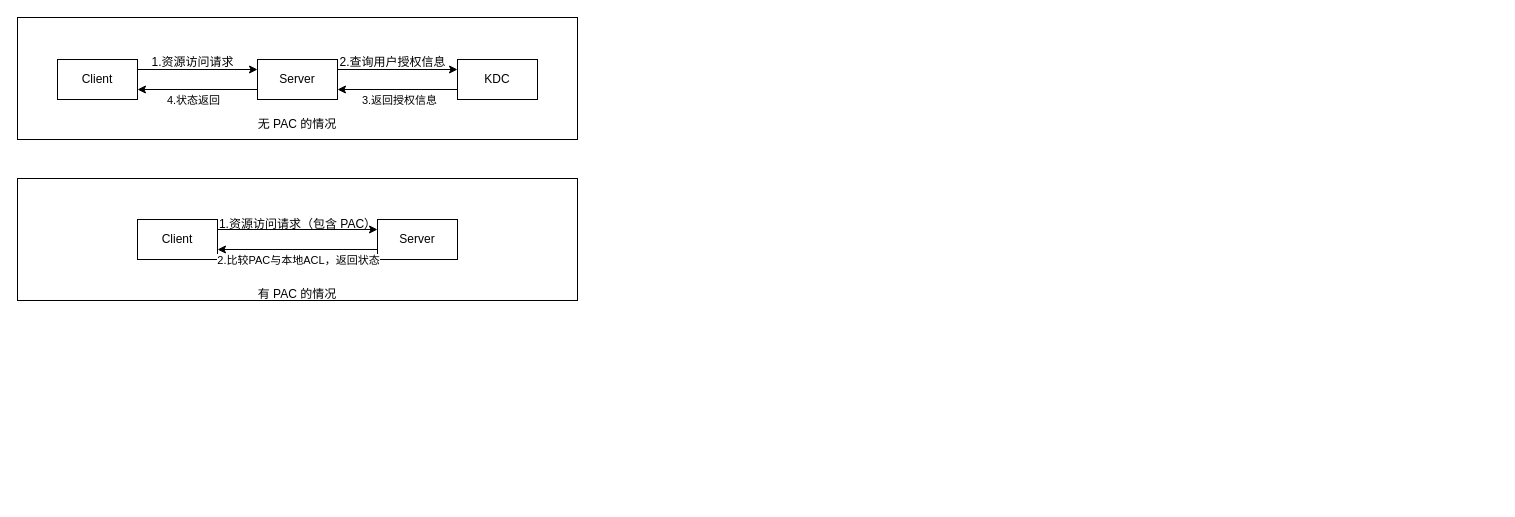
This is draw.io/Kerberos.drawio from fermionorz/image-hosting, a draw.io file, before an edit. Source tidied: cells renumbered, new cells numbered last; positions are measured from the earlier drawing's top-left corner, leaving out a move shared by most shapes. Both pictures are drawn from the tidied source at 100%, with x=0, y=0 at pixel (17, 17).
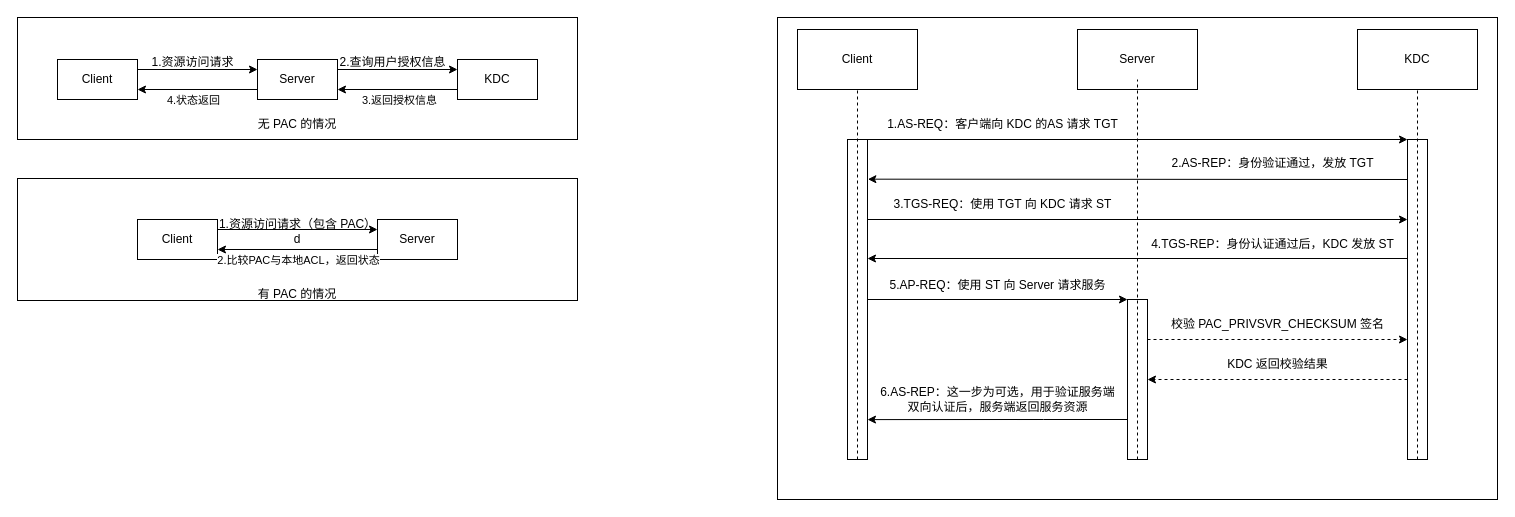
After the change.

The edit, as a diff of the source:
```diff
@@
+    <mxCell id="23" style="rounded=0;whiteSpace=wrap;html=1;" parent="1" vertex="1">
+      <mxGeometry x="760" width="720" height="482" as="geometry" />
+    </mxCell>
+    <mxCell id="24" style="rounded=0;whiteSpace=wrap;html=1;" parent="1" vertex="1">
+      <mxGeometry x="1390" y="122" width="20" height="320" as="geometry" />
+    </mxCell>
+    <mxCell id="25" style="endArrow=classic;html=1;rounded=0;entryX=1.2;entryY=0.778;entryDx=0;entryDy=0;entryPerimeter=0;" parent="1" edge="1">
+      <mxGeometry relative="1" as="geometry">
+        <mxPoint x="1111" y="402" as="sourcePoint" />
+        <mxPoint x="850" y="402.1" as="targetPoint" />
+        <Array as="points">
+          <mxPoint x="1026" y="402" />
+        </Array>
+      </mxGeometry>
+    </mxCell>
+    <mxCell id="26" style="rounded=0;whiteSpace=wrap;html=1;" parent="1" vertex="1">
+      <mxGeometry x="1110" y="282" width="20" height="160" as="geometry" />
+    </mxCell>
+    <mxCell id="27" style="rounded=0;whiteSpace=wrap;html=1;" parent="1" vertex="1">
+      <mxGeometry x="830" y="122" width="20" height="320" as="geometry" />
+    </mxCell>
-    <mxCell id="2" style="rounded=0;whiteSpace=wrap;html=1;" parent="1" vertex="1">
+    <mxCell id="2" value="d" style="rounded=0;whiteSpace=wrap;html=1;" parent="1" vertex="1">
       <mxGeometry y="161" width="560" height="122" as="geometry" />
     </mxCell>
@@
+    <mxCell id="28" value="Client" style="rounded=0;whiteSpace=wrap;html=1;" parent="1" vertex="1">
+      <mxGeometry x="780" y="12" width="120" height="60" as="geometry" />
+    </mxCell>
+    <mxCell id="29" value="KDC" style="rounded=0;whiteSpace=wrap;html=1;" parent="1" vertex="1">
+      <mxGeometry x="1340" y="12" width="120" height="60" as="geometry" />
+    </mxCell>
+    <mxCell id="30" value="Server" style="rounded=0;whiteSpace=wrap;html=1;" parent="1" vertex="1">
+      <mxGeometry x="1060" y="12" width="120" height="60" as="geometry" />
+    </mxCell>
+    <mxCell id="31" style="endArrow=none;dashed=1;html=1;rounded=0;entryX=0.5;entryY=1;entryDx=0;entryDy=0;" parent="1" edge="1" target="28">
+      <mxGeometry relative="1" as="geometry">
+        <mxPoint x="840" y="72" as="sourcePoint" />
+      </mxGeometry>
+    </mxCell>
+    <mxCell id="32" style="endArrow=none;dashed=1;html=1;rounded=0;entryX=0.5;entryY=1;entryDx=0;entryDy=0;exitX=0.5;exitY=1;exitDx=0;exitDy=0;" parent="1" edge="1" source="24" target="29">
+      <mxGeometry relative="1" as="geometry" />
+    </mxCell>
+    <mxCell id="33" style="endArrow=none;dashed=1;html=1;rounded=0;exitX=0.5;exitY=1;exitDx=0;exitDy=0;" parent="1" edge="1" source="26">
+      <mxGeometry relative="1" as="geometry">
+        <mxPoint x="1120" y="62" as="targetPoint" />
+      </mxGeometry>
+    </mxCell>
+    <mxCell id="34" style="endArrow=none;dashed=1;html=1;rounded=0;entryX=0.5;entryY=1;entryDx=0;entryDy=0;" parent="1" edge="1" target="28">
+      <mxGeometry relative="1" as="geometry">
+        <mxPoint x="840" y="442" as="sourcePoint" />
+      </mxGeometry>
+    </mxCell>
+    <mxCell id="35" style="endArrow=classic;html=1;rounded=0;entryX=0;entryY=0;entryDx=0;entryDy=0;exitX=1;exitY=0;exitDx=0;exitDy=0;" parent="1" edge="1" source="27" target="24">
+      <mxGeometry relative="1" as="geometry" />
+    </mxCell>
+    <mxCell id="36" value="1.AS-REQ：客户端向 KDC 的AS 请求 TGT" style="text;html=1;align=center;verticalAlign=middle;strokeColor=none;fillColor=none;" parent="1" vertex="1">
+      <mxGeometry x="860" y="92" width="250" height="30" as="geometry" />
+    </mxCell>
+    <mxCell id="37" style="endArrow=classic;html=1;rounded=0;entryX=1.019;entryY=0.124;entryDx=0;entryDy=0;entryPerimeter=0;" parent="1" edge="1" target="27">
+      <mxGeometry relative="1" as="geometry">
+        <mxPoint x="1390" y="162" as="sourcePoint" />
+      </mxGeometry>
+    </mxCell>
+    <mxCell id="38" value="2.AS-REP：身份验证通过，发放 TGT" style="text;html=1;align=center;verticalAlign=middle;strokeColor=none;fillColor=none;" parent="1" vertex="1">
+      <mxGeometry x="1145" y="131" width="220" height="30" as="geometry" />
+    </mxCell>
+    <mxCell id="39" style="endArrow=classic;html=1;rounded=0;entryX=0;entryY=0;entryDx=0;entryDy=0;exitX=1;exitY=0;exitDx=0;exitDy=0;" parent="1" edge="1">
+      <mxGeometry relative="1" as="geometry">
+        <mxPoint x="850" y="202" as="sourcePoint" />
+        <mxPoint x="1390" y="202" as="targetPoint" />
+      </mxGeometry>
+    </mxCell>
+    <mxCell id="40" value="3.TGS-REQ：使用 TGT 向 KDC 请求 ST" style="text;html=1;align=center;verticalAlign=middle;strokeColor=none;fillColor=none;" parent="1" vertex="1">
+      <mxGeometry x="865" y="172" width="240" height="30" as="geometry" />
+    </mxCell>
+    <mxCell id="41" style="endArrow=classic;html=1;rounded=0;entryX=1;entryY=0.111;entryDx=0;entryDy=0;entryPerimeter=0;" parent="1" edge="1">
+      <mxGeometry relative="1" as="geometry">
+        <mxPoint x="1390" y="241" as="sourcePoint" />
+        <mxPoint x="850" y="241" as="targetPoint" />
+      </mxGeometry>
+    </mxCell>
+    <mxCell id="42" value="4.TGS-REP：身份认证通过后，KDC 发放 ST" style="text;html=1;align=center;verticalAlign=middle;strokeColor=none;fillColor=none;" parent="1" vertex="1">
+      <mxGeometry x="1120" y="212" width="270" height="30" as="geometry" />
+    </mxCell>
+    <mxCell id="43" style="endArrow=classic;html=1;rounded=0;entryX=0;entryY=0;entryDx=0;entryDy=0;" parent="1" edge="1" target="26">
+      <mxGeometry relative="1" as="geometry">
+        <mxPoint x="850" y="282" as="sourcePoint" />
+      </mxGeometry>
+    </mxCell>
+    <mxCell id="44" value="5.AP-REQ：使用 ST 向 Server 请求服务" style="text;html=1;align=center;verticalAlign=middle;strokeColor=none;fillColor=none;" parent="1" vertex="1">
+      <mxGeometry x="860" y="253" width="240" height="30" as="geometry" />
+    </mxCell>
+    <mxCell id="45" style="endArrow=classic;html=1;rounded=0;entryX=0;entryY=0;entryDx=0;entryDy=0;dashed=1;" parent="1" edge="1">
+      <mxGeometry relative="1" as="geometry">
+        <mxPoint x="1130" y="322" as="sourcePoint" />
+        <mxPoint x="1390" y="322" as="targetPoint" />
+      </mxGeometry>
+    </mxCell>
+    <mxCell id="46" value="校验 PAC_PRIVSVR_CHECKSUM 签名" style="text;html=1;align=center;verticalAlign=middle;strokeColor=none;fillColor=none;" parent="1" vertex="1">
+      <mxGeometry x="1145" y="292" width="230" height="30" as="geometry" />
+    </mxCell>
+    <mxCell id="47" style="endArrow=classic;html=1;rounded=0;dashed=1;entryX=1;entryY=0.5;entryDx=0;entryDy=0;exitX=0;exitY=0.75;exitDx=0;exitDy=0;" parent="1" edge="1" source="24" target="26">
+      <mxGeometry relative="1" as="geometry" />
+    </mxCell>
+    <mxCell id="48" value="KDC 返回校验结果" style="text;html=1;align=center;verticalAlign=middle;strokeColor=none;fillColor=none;" parent="1" vertex="1">
+      <mxGeometry x="1200" y="332" width="120" height="30" as="geometry" />
+    </mxCell>
+    <mxCell id="49" value="&lt;div&gt;6.AS-REP：这一步为可选，用于验证服务端&lt;/div&gt;&lt;div&gt;双向认证后，服务端返回服务资源&lt;/div&gt;" style="text;html=1;align=center;verticalAlign=middle;strokeColor=none;fillColor=none;" parent="1" vertex="1">
+      <mxGeometry x="850" y="362" width="260" height="40" as="geometry" />
+    </mxCell>
```
